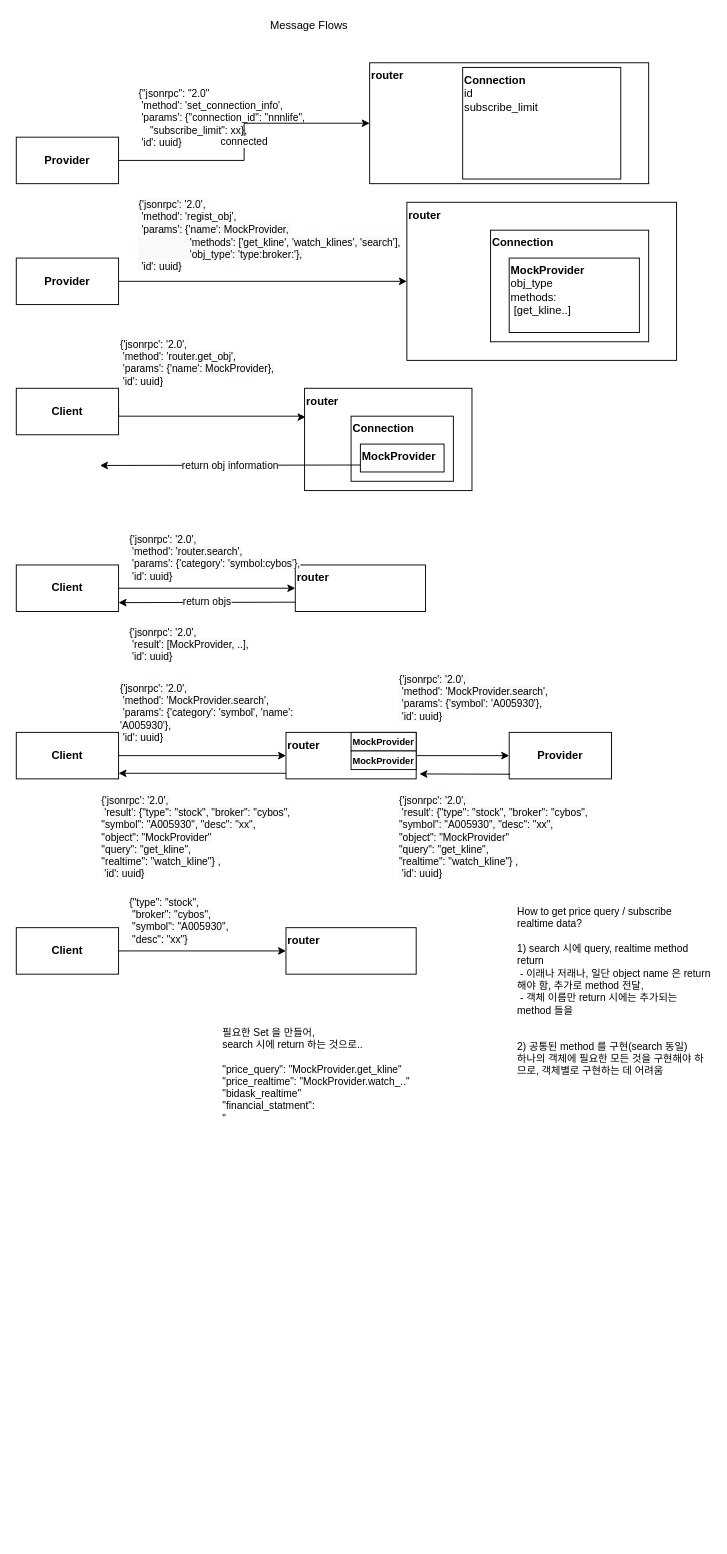
nnnlife/diagrams keeps this draw.io diagram as message.drawio. Above is the earlier version. Source tidied: cells renumbered, new cells numbered last; positions are measured from the earlier drawing's top-left corner, leaving out a move shared by most shapes. Both pictures are drawn from the tidied source at 93%, with x=0, y=0 at pixel (16, 16).
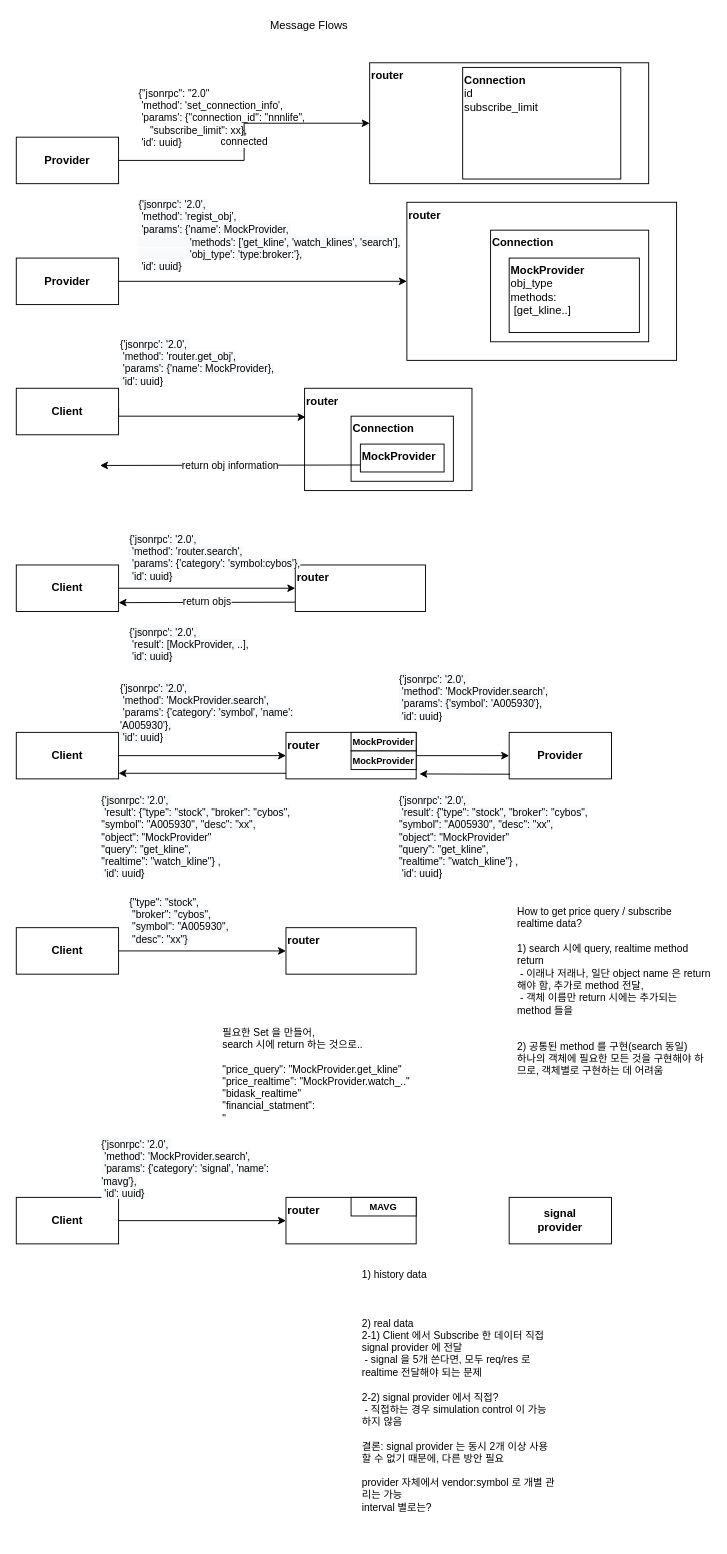
The same page after the edit.

The edit, as a diff of the source:
```diff
@@
+    <mxCell id="46" style="edgeStyle=orthogonalEdgeStyle;rounded=0;jettySize=auto;html=1;entryX=0;entryY=0.5;entryDx=0;entryDy=0;" parent="1" edge="1" source="47" target="48">
+      <mxGeometry relative="1" as="geometry" />
+    </mxCell>
+    <mxCell id="47" value="&lt;b&gt;Client&lt;/b&gt;" style="rounded=0;whiteSpace=wrap;html=1;align=center;verticalAlign=middle;" parent="1" vertex="1">
+      <mxGeometry y="1270" width="110" height="50" as="geometry" />
+    </mxCell>
+    <mxCell id="48" value="&lt;b&gt;router&lt;/b&gt;" style="rounded=0;whiteSpace=wrap;html=1;align=left;verticalAlign=top;" parent="1" vertex="1">
+      <mxGeometry x="290" y="1270" width="140" height="50" as="geometry" />
+    </mxCell>
+    <mxCell id="49" value="&lt;b&gt;signal&lt;br&gt;provider&lt;br&gt;&lt;/b&gt;" style="rounded=0;whiteSpace=wrap;html=1;align=center;verticalAlign=middle;" parent="1" vertex="1">
+      <mxGeometry x="530" y="1270" width="110" height="50" as="geometry" />
+    </mxCell>
+    <mxCell id="50" value="&lt;span style=&quot;color: rgb(0 , 0 , 0) ; font-family: &amp;#34;helvetica&amp;#34; ; font-size: 11px ; font-style: normal ; font-weight: 400 ; letter-spacing: normal ; text-align: left ; text-indent: 0px ; text-transform: none ; word-spacing: 0px ; background-color: rgb(248 , 249 , 250) ; display: inline ; float: none&quot;&gt;{'jsonrpc': '2.0',&amp;nbsp;&lt;/span&gt;&lt;br style=&quot;color: rgb(0 , 0 , 0) ; font-family: &amp;#34;helvetica&amp;#34; ; font-size: 11px ; font-style: normal ; font-weight: 400 ; letter-spacing: normal ; text-align: left ; text-indent: 0px ; text-transform: none ; word-spacing: 0px ; background-color: rgb(248 , 249 , 250)&quot;&gt;&lt;span style=&quot;color: rgb(0 , 0 , 0) ; font-family: &amp;#34;helvetica&amp;#34; ; font-size: 11px ; font-style: normal ; font-weight: 400 ; letter-spacing: normal ; text-align: left ; text-indent: 0px ; text-transform: none ; word-spacing: 0px ; background-color: rgb(248 , 249 , 250) ; display: inline ; float: none&quot;&gt;&amp;nbsp;'method': 'MockProvider.search',&lt;/span&gt;&lt;br style=&quot;color: rgb(0 , 0 , 0) ; font-family: &amp;#34;helvetica&amp;#34; ; font-size: 11px ; font-style: normal ; font-weight: 400 ; letter-spacing: normal ; text-align: left ; text-indent: 0px ; text-transform: none ; word-spacing: 0px ; background-color: rgb(248 , 249 , 250)&quot;&gt;&lt;span style=&quot;color: rgb(0 , 0 , 0) ; font-family: &amp;#34;helvetica&amp;#34; ; font-size: 11px ; font-style: normal ; font-weight: 400 ; letter-spacing: normal ; text-align: left ; text-indent: 0px ; text-transform: none ; word-spacing: 0px ; background-color: rgb(248 , 249 , 250) ; display: inline ; float: none&quot;&gt;&amp;nbsp;'params': {'category': 'signal', 'name': 'mavg'&lt;/span&gt;&lt;span style=&quot;color: rgb(0 , 0 , 0) ; font-family: &amp;#34;helvetica&amp;#34; ; font-size: 11px ; font-style: normal ; font-weight: 400 ; letter-spacing: normal ; text-align: left ; text-indent: 0px ; text-transform: none ; word-spacing: 0px ; background-color: rgb(248 , 249 , 250) ; display: inline ; float: none&quot;&gt;},&lt;/span&gt;&lt;br style=&quot;color: rgb(0 , 0 , 0) ; font-family: &amp;#34;helvetica&amp;#34; ; font-size: 11px ; font-style: normal ; font-weight: 400 ; letter-spacing: normal ; text-align: left ; text-indent: 0px ; text-transform: none ; word-spacing: 0px ; background-color: rgb(248 , 249 , 250)&quot;&gt;&lt;span style=&quot;color: rgb(0 , 0 , 0) ; font-family: &amp;#34;helvetica&amp;#34; ; font-size: 11px ; font-style: normal ; font-weight: 400 ; letter-spacing: normal ; text-align: left ; text-indent: 0px ; text-transform: none ; word-spacing: 0px ; background-color: rgb(248 , 249 , 250) ; display: inline ; float: none&quot;&gt;&amp;nbsp;'id': uuid}&lt;/span&gt;" style="text;whiteSpace=wrap;html=1;fontSize=11;" parent="1" vertex="1">
+      <mxGeometry x="90" y="1200" width="210" height="60" as="geometry" />
+    </mxCell>
+    <mxCell id="51" value="&lt;b style=&quot;font-size: 10px&quot;&gt;MAVG&lt;/b&gt;" style="rounded=0;whiteSpace=wrap;html=1;align=center;verticalAlign=middle;fontSize=10;" parent="1" vertex="1">
+      <mxGeometry x="360" y="1270" width="70" height="20" as="geometry" />
+    </mxCell>
+    <mxCell id="52" value="&lt;font face=&quot;helvetica&quot;&gt;1) history data&lt;br&gt;&lt;br&gt;&lt;br&gt;&lt;br&gt;2) real data&lt;br&gt;2-1) Client 에서 Subscribe 한 데이터 직접 signal provider 에 전달&lt;br&gt;&amp;nbsp;- signal 을 5개 쓴다면, 모두 req/res 로 realtime 전달해야 되는 문제&lt;br&gt;&lt;br&gt;2-2) signal provider 에서 직접?&lt;br&gt;&amp;nbsp;- 직접하는 경우 simulation control 이 가능하지 않음&lt;br&gt;&lt;br&gt;결론: signal provider 는 동시 2개 이상 사용할 수 없기 때문에, 다른 방안 필요&lt;br&gt;&lt;br&gt;provider 자체에서 vendor:symbol 로 개별 관리는 가능&lt;br&gt;interval 별로는?&lt;br&gt;&lt;br&gt;&lt;br&gt;&lt;/font&gt;" style="text;whiteSpace=wrap;html=1;fontSize=11;" parent="1" vertex="1">
+      <mxGeometry x="370" y="1340" width="210" height="270" as="geometry" />
+    </mxCell>
```
